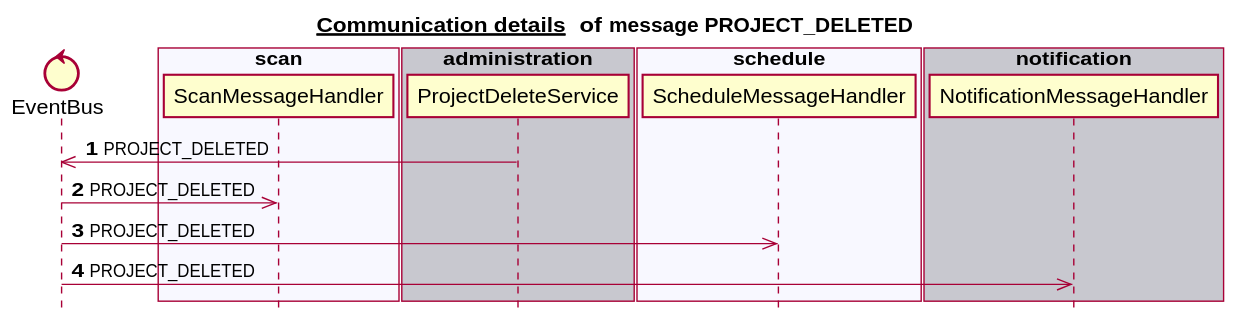
Before: docs/latest/images/gen_domain_messaging_project_deleted.svg, a diagram exported from PlantUML (mercedes-benz/sechub). The source it was exported from:
```plantuml
@startuml


title __Communication details __ of **message PROJECT_DELETED**
skinparam style strictuml


control EventBus
box "authorization" #C8C8CF
end box
box "scan" #F8F8FF
   participant ScanMessageHandler
end box
box "administration" #C8C8CF
   participant ProjectDeleteService
end box
box "schedule" #F8F8FF
   participant ScheduleMessageHandler
end box
box "notification" #C8C8CF
   participant NotificationMessageHandler
end box
autonumber 1
ProjectDeleteService ->> EventBus:PROJECT_DELETED
EventBus ->> ScanMessageHandler:PROJECT_DELETED
EventBus ->> ScheduleMessageHandler:PROJECT_DELETED
EventBus ->> NotificationMessageHandler:PROJECT_DELETED
autonumber stop


@enduml
```
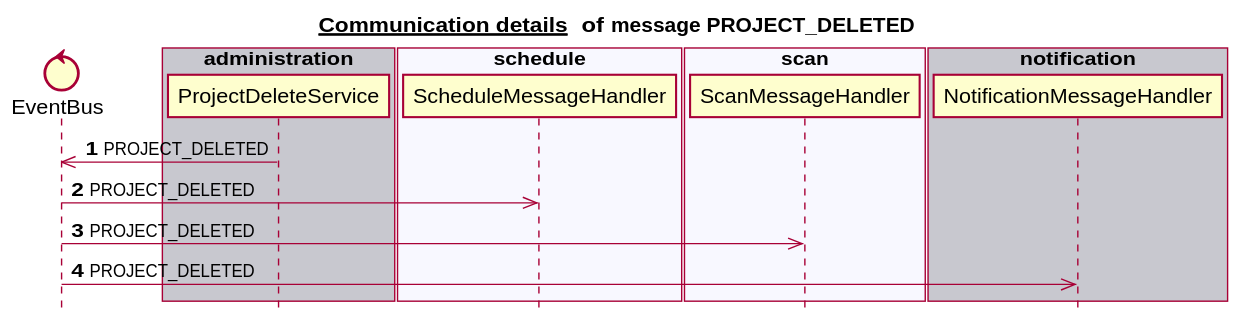
Above is the later version.

The edit, as a diff of the source:
```diff
@@ -6,24 +6,24 @@
 
 
 control EventBus
-box "authorization" #C8C8CF
-end box
-box "scan" #F8F8FF
-   participant ScanMessageHandler
-end box
 box "administration" #C8C8CF
    participant ProjectDeleteService
 end box
 box "schedule" #F8F8FF
    participant ScheduleMessageHandler
 end box
+box "authorization" #C8C8CF
+end box
+box "scan" #F8F8FF
+   participant ScanMessageHandler
+end box
 box "notification" #C8C8CF
    participant NotificationMessageHandler
 end box
 autonumber 1
 ProjectDeleteService ->> EventBus:PROJECT_DELETED
+EventBus ->> ScheduleMessageHandler:PROJECT_DELETED
 EventBus ->> ScanMessageHandler:PROJECT_DELETED
-EventBus ->> ScheduleMessageHandler:PROJECT_DELETED
 EventBus ->> NotificationMessageHandler:PROJECT_DELETED
 autonumber stop
 
```
